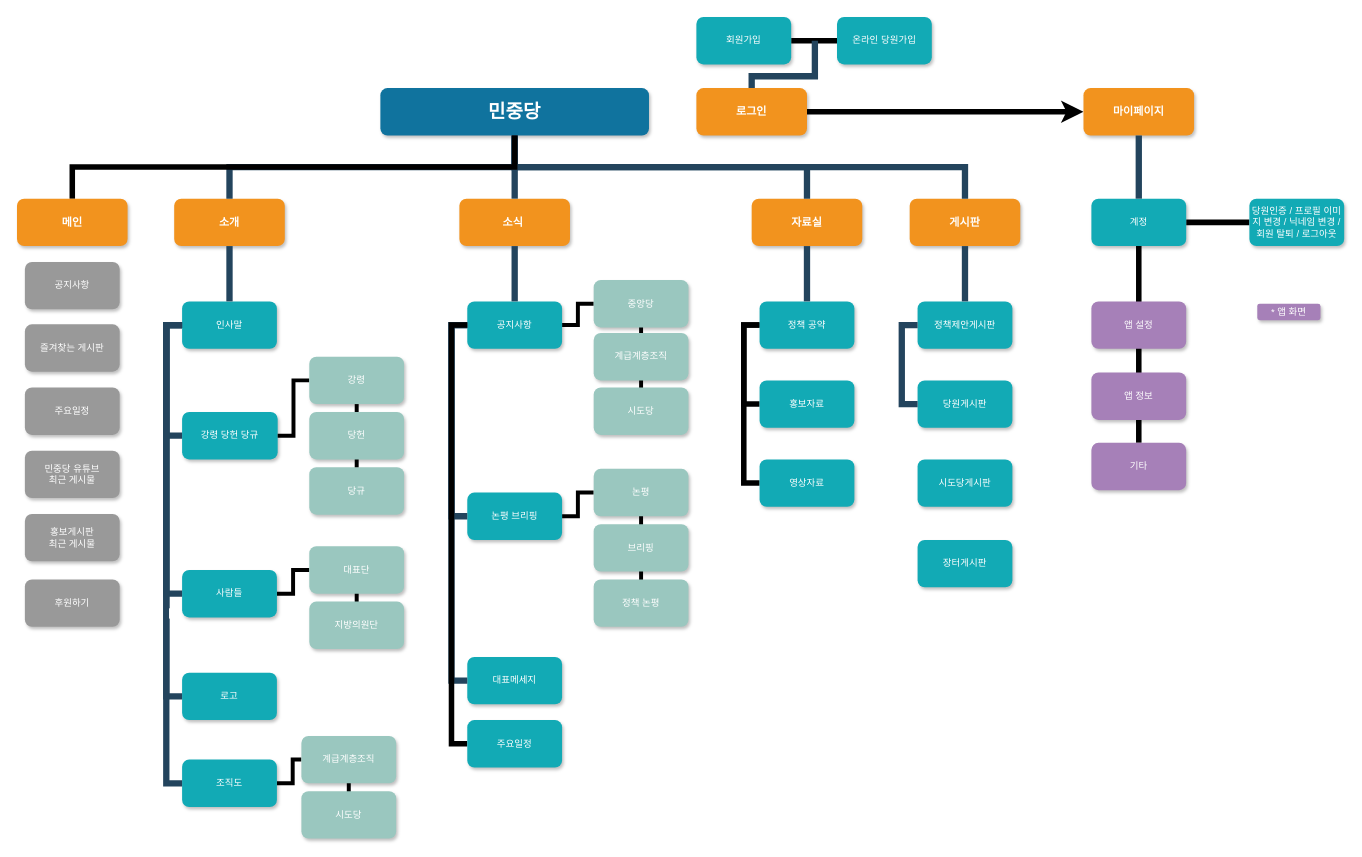
This is 민중당 사이트맵-4.drawio from yangpaus/yangpaus, a draw.io file, before an edit. Source tidied: cells renumbered, new cells numbered last; positions are measured from the earlier drawing's top-left corner, leaving out a move shared by most shapes. Both pictures are drawn from the tidied source at 79%, with x=0, y=0 at pixel (17, 17).
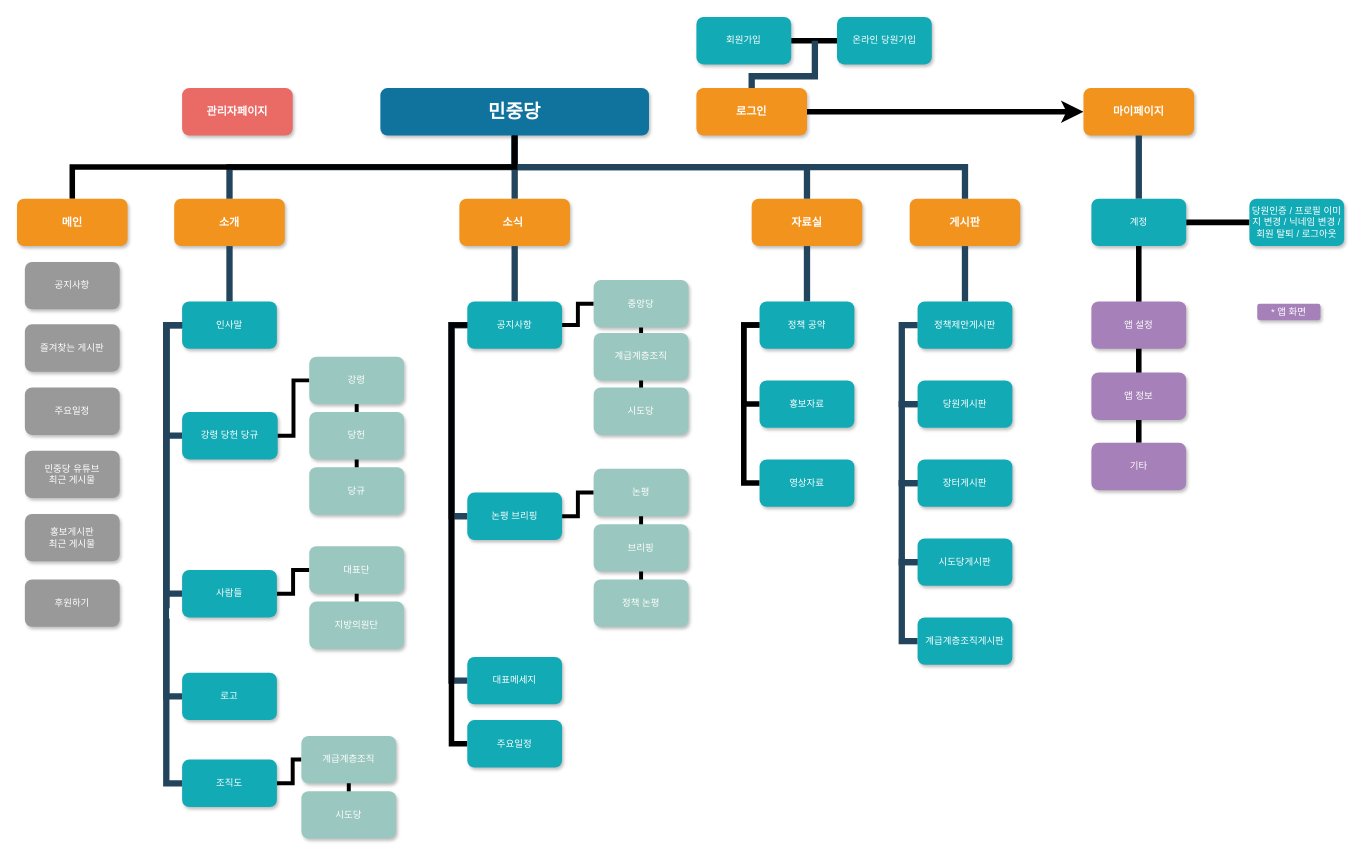
After the change.

Commit message:
민중당 사이트맵-4.drawio 업데이트

Change to the diagram source:
```diff
@@
     <mxCell id="86" value="시도당게시판" style="whiteSpace=wrap;rounded=1;fillColor=#12AAB5;strokeColor=none;shadow=1;fontColor=#FFFFFF;fontStyle=0;" parent="1" vertex="1">
-      <mxGeometry x="1140" y="560" width="120" height="60" as="geometry" />
+      <mxGeometry x="1140" y="660" width="120" height="60" as="geometry" />
     </mxCell>
     <mxCell id="87" value="장터게시판" style="whiteSpace=wrap;rounded=1;fillColor=#12AAB5;strokeColor=none;shadow=1;fontColor=#FFFFFF;fontStyle=0;" parent="1" vertex="1">
-      <mxGeometry x="1140" y="662" width="120" height="60" as="geometry" />
+      <mxGeometry x="1140" y="560" width="120" height="60" as="geometry" />
     </mxCell>
@@
+    <mxCell id="92" value="관리자페이지" style="whiteSpace=wrap;rounded=1;fillColor=#EA6B66;strokeColor=none;shadow=1;fontColor=#FFFFFF;fontStyle=1;fontSize=14;" parent="1" vertex="1">
+      <mxGeometry x="209" y="90" width="140" height="60" as="geometry" />
+    </mxCell>
+    <mxCell id="93" style="edgeStyle=elbowEdgeStyle;elbow=horizontal;rounded=0;fontColor=#000000;endArrow=none;endFill=0;strokeWidth=8;strokeColor=#23445D;" parent="1" edge="1">
+      <mxGeometry relative="1" as="geometry">
+        <mxPoint x="1140" y="490" as="sourcePoint" />
+        <mxPoint x="1140" y="590" as="targetPoint" />
+        <Array as="points">
+          <mxPoint x="1120" y="540" />
+        </Array>
+      </mxGeometry>
+    </mxCell>
+    <mxCell id="94" style="edgeStyle=elbowEdgeStyle;elbow=horizontal;rounded=0;fontColor=#000000;endArrow=none;endFill=0;strokeWidth=8;strokeColor=#23445D;" parent="1" edge="1">
+      <mxGeometry relative="1" as="geometry">
+        <mxPoint x="1140" y="590" as="sourcePoint" />
+        <mxPoint x="1140" y="690" as="targetPoint" />
+        <Array as="points">
+          <mxPoint x="1120" y="640" />
+        </Array>
+      </mxGeometry>
+    </mxCell>
+    <mxCell id="95" style="edgeStyle=elbowEdgeStyle;elbow=horizontal;rounded=0;fontColor=#000000;endArrow=none;endFill=0;strokeWidth=8;strokeColor=#23445D;" parent="1" edge="1">
+      <mxGeometry relative="1" as="geometry">
+        <mxPoint x="1140" y="690" as="sourcePoint" />
+        <mxPoint x="1140" y="790" as="targetPoint" />
+        <Array as="points">
+          <mxPoint x="1120" y="740" />
+        </Array>
+      </mxGeometry>
+    </mxCell>
+    <mxCell id="96" value="계급계층조직게시판" style="whiteSpace=wrap;rounded=1;fillColor=#12AAB5;strokeColor=none;shadow=1;fontColor=#FFFFFF;fontStyle=0;" parent="1" vertex="1">
+      <mxGeometry x="1140" y="760" width="120" height="60" as="geometry" />
+    </mxCell>
```
